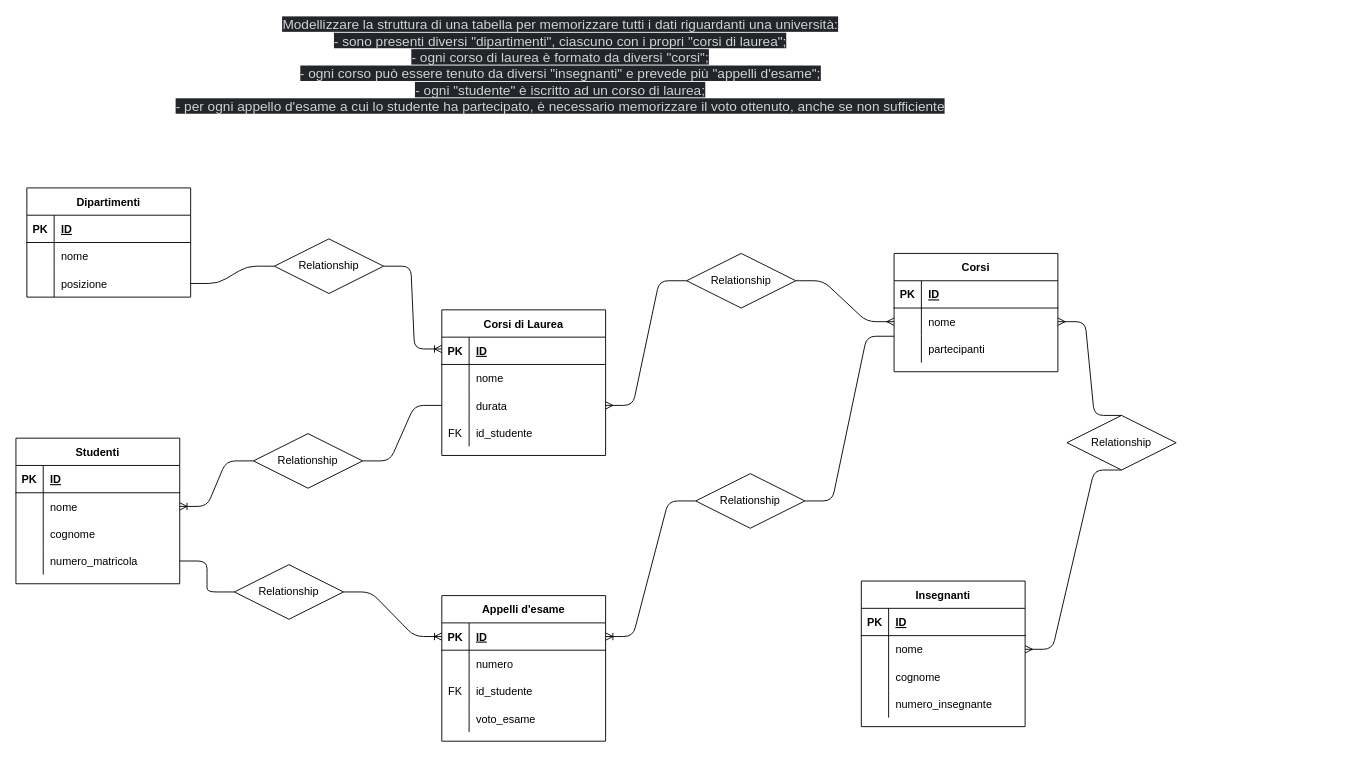
This is db-university.drawio from pollohultima/db-university, a draw.io file, before an edit. Source tidied: cells renumbered, new cells numbered last; positions are measured from the earlier drawing's top-left corner, leaving out a move shared by most shapes. Both pictures are drawn from the tidied source at 91%, with x=0, y=0 at pixel (15, 22).
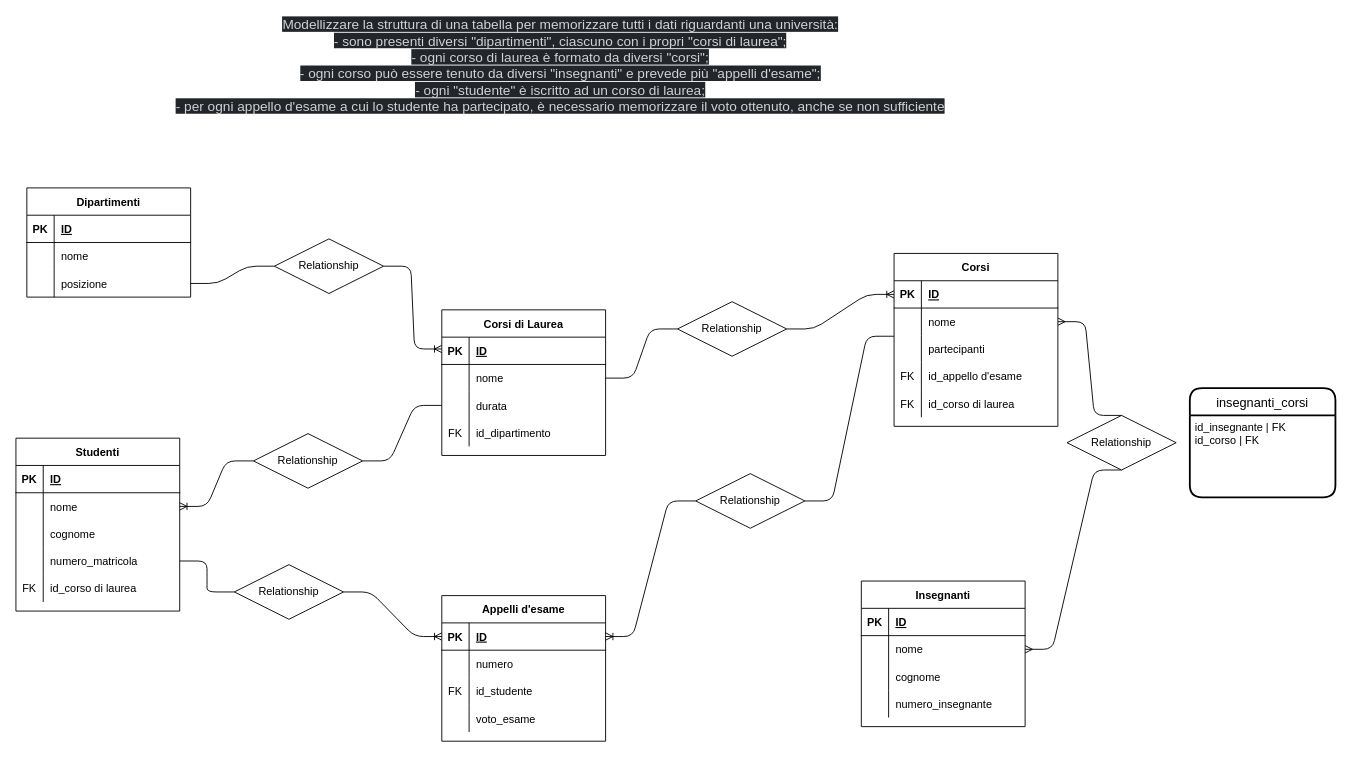
Above is the later version.

Unchanged cells that the change refers to:
```xml
<mxCell id="13" value="Corsi di Laurea" style="shape=table;startSize=30;childLayout=tableLayout;rowLines=0;fontStyle=1;align=center;" parent="1" vertex="1">
  <mxGeometry x="468" y="316" width="180" height="160" as="geometry" />
</mxCell>
<mxCell id="17" style="shape=partialRectangle;fillColor=none;top=0;left=0;bottom=0;right=0;points=[[0,0.5],[1,0.5]];portConstraint=eastwest;" parent="13" vertex="1">
  <mxGeometry y="60" width="180" height="30" as="geometry" />
</mxCell>
<mxCell id="20" style="shape=partialRectangle;fillColor=none;top=0;left=0;bottom=0;right=0;points=[[0,0.5],[1,0.5]];portConstraint=eastwest;" parent="13" vertex="1">
  <mxGeometry y="90" width="180" height="30" as="geometry" />
</mxCell>
<mxCell id="27" style="shape=partialRectangle;fillColor=none;top=0;left=0;bottom=1;right=0;points=[[0,0.5],[1,0.5]];portConstraint=eastwest;" parent="26" vertex="1">
  <mxGeometry y="30" width="180" height="30" as="geometry" />
</mxCell>
<mxCell id="30" style="shape=partialRectangle;fillColor=none;top=0;left=0;bottom=0;right=0;points=[[0,0.5],[1,0.5]];portConstraint=eastwest;" parent="26" vertex="1">
  <mxGeometry y="60" width="180" height="30" as="geometry" />
</mxCell>
```

The edit, as a diff of the source:
```diff
@@
-    <mxCell id="23" style="shape=partialRectangle;fillColor=none;top=0;left=0;bottom=0;right=0;" parent="13" vertex="1">
-      <mxGeometry y="120" width="180" height="30" as="geometry" />
-    </mxCell>
-    <mxCell id="24" value="FK" style="shape=partialRectangle;fillColor=none;top=0;left=0;bottom=0;right=0;overflow=hidden;" parent="23" vertex="1">
-      <mxGeometry width="30" height="30" as="geometry" />
-    </mxCell>
-    <mxCell id="25" value="id_studente" style="shape=partialRectangle;fillColor=none;top=0;left=0;bottom=0;right=0;align=left;spacingLeft=6;overflow=hidden;" parent="23" vertex="1">
-      <mxGeometry x="30" width="150" height="30" as="geometry" />
-    </mxCell>
+    <mxCell id="93" style="shape=partialRectangle;fillColor=none;top=0;left=0;bottom=0;right=0;" parent="13" vertex="1">
+      <mxGeometry y="120" width="180" height="30" as="geometry" />
+    </mxCell>
+    <mxCell id="94" value="FK" style="shape=partialRectangle;fillColor=none;top=0;left=0;bottom=0;right=0;overflow=hidden;" parent="93" vertex="1">
+      <mxGeometry width="30" height="30" as="geometry" />
+    </mxCell>
+    <mxCell id="95" value="id_dipartimento" style="shape=partialRectangle;fillColor=none;top=0;left=0;bottom=0;right=0;align=left;spacingLeft=6;overflow=hidden;" parent="93" vertex="1">
+      <mxGeometry x="30" width="150" height="30" as="geometry" />
+    </mxCell>
     <mxCell id="26" value="Corsi" style="shape=table;startSize=30;childLayout=tableLayout;rowLines=0;fontStyle=1;align=center;" parent="1" vertex="1">
-      <mxGeometry x="965" y="254" width="180" height="130" as="geometry" />
+      <mxGeometry x="965" y="254" width="180" height="190" as="geometry" />
     </mxCell>
@@
+    <mxCell id="96" style="shape=partialRectangle;fillColor=none;top=0;left=0;bottom=0;right=0;" parent="26" vertex="1">
+      <mxGeometry y="120" width="180" height="30" as="geometry" />
+    </mxCell>
+    <mxCell id="97" value="FK" style="shape=partialRectangle;fillColor=none;top=0;left=0;bottom=0;right=0;overflow=hidden;" parent="96" vertex="1">
+      <mxGeometry width="30" height="30" as="geometry" />
+    </mxCell>
+    <mxCell id="98" value="id_appello d'esame" style="shape=partialRectangle;fillColor=none;top=0;left=0;bottom=0;right=0;align=left;spacingLeft=6;overflow=hidden;" parent="96" vertex="1">
+      <mxGeometry x="30" width="150" height="30" as="geometry" />
+    </mxCell>
+    <mxCell id="99" style="shape=partialRectangle;fillColor=none;top=0;left=0;bottom=0;right=0;" parent="26" vertex="1">
+      <mxGeometry y="150" width="180" height="30" as="geometry" />
+    </mxCell>
+    <mxCell id="100" value="FK" style="shape=partialRectangle;fillColor=none;top=0;left=0;bottom=0;right=0;overflow=hidden;" parent="99" vertex="1">
+      <mxGeometry width="30" height="30" as="geometry" />
+    </mxCell>
+    <mxCell id="101" value="id_corso di laurea" style="shape=partialRectangle;fillColor=none;top=0;left=0;bottom=0;right=0;align=left;spacingLeft=6;overflow=hidden;" parent="99" vertex="1">
+      <mxGeometry x="30" width="150" height="30" as="geometry" />
+    </mxCell>
@@
     <mxCell id="62" value="Studenti" style="shape=table;startSize=30;childLayout=tableLayout;rowLines=0;fontStyle=1;align=center;" parent="1" vertex="1">
-      <mxGeometry y="457" width="180" height="160" as="geometry" />
+      <mxGeometry y="457" width="180" height="190" as="geometry" />
     </mxCell>
@@
+    <mxCell id="102" style="shape=partialRectangle;fillColor=none;top=0;left=0;bottom=0;right=0;" parent="62" vertex="1">
+      <mxGeometry y="150" width="180" height="30" as="geometry" />
+    </mxCell>
+    <mxCell id="103" value="FK" style="shape=partialRectangle;fillColor=none;top=0;left=0;bottom=0;right=0;overflow=hidden;" parent="102" vertex="1">
+      <mxGeometry width="30" height="30" as="geometry" />
+    </mxCell>
+    <mxCell id="104" value="id_corso di laurea" style="shape=partialRectangle;fillColor=none;top=0;left=0;bottom=0;right=0;align=left;spacingLeft=6;overflow=hidden;" parent="102" vertex="1">
+      <mxGeometry x="30" width="150" height="30" as="geometry" />
+    </mxCell>
@@
-    <mxCell id="76" style="edgeStyle=entityRelationEdgeStyle;fontSize=12;html=1;endArrow=ERmany;startArrow=none;exitX=1;exitY=0.5;exitDx=0;exitDy=0;entryX=0;entryY=0.5;entryDx=0;entryDy=0;" parent="1" edge="1" source="91" target="30">
-      <mxGeometry relative="1" as="geometry" />
-    </mxCell>
@@
+    <mxCell id="105" style="edgeStyle=entityRelationEdgeStyle;fontSize=12;html=1;endArrow=ERoneToMany;entryX=0;entryY=0.5;entryDx=0;entryDy=0;exitX=1;exitY=0.5;exitDx=0;exitDy=0;startArrow=none;" parent="1" edge="1" source="91" target="27">
+      <mxGeometry relative="1" as="geometry" />
+    </mxCell>
     <mxCell id="91" value="Relationship" style="shape=rhombus;perimeter=rhombusPerimeter;whiteSpace=wrap;html=1;align=center;gradientColor=none;" parent="1" vertex="1">
-      <mxGeometry x="737" y="254" width="120" height="60" as="geometry" />
+      <mxGeometry x="727" y="307" width="120" height="60" as="geometry" />
     </mxCell>
-    <mxCell id="92" style="edgeStyle=entityRelationEdgeStyle;fontSize=12;html=1;endArrow=none;startArrow=ERmany;exitX=1;exitY=0.5;exitDx=0;exitDy=0;entryX=0;entryY=0.5;entryDx=0;entryDy=0;" parent="1" edge="1" source="20" target="91">
-      <mxGeometry relative="1" as="geometry" />
-    </mxCell>
+    <mxCell id="106" style="edgeStyle=entityRelationEdgeStyle;fontSize=12;html=1;endArrow=none;entryX=0;entryY=0.5;entryDx=0;entryDy=0;exitX=1;exitY=0.5;exitDx=0;exitDy=0;" parent="1" edge="1" source="17" target="91">
+      <mxGeometry relative="1" as="geometry" />
+    </mxCell>
+    <mxCell id="107" value="insegnanti_corsi" style="swimlane;horizontal=1;startSize=30;rounded=1;fontSize=14;fontStyle=0;strokeWidth=2;shadow=0;dashed=0;align=center;" parent="1" vertex="1">
+      <mxGeometry x="1290" y="402" width="160" height="120" as="geometry" />
+    </mxCell>
+    <mxCell id="108" value="id_insegnante | FK&#10;id_corso | FK" style="align=left;strokeColor=none;fillColor=none;spacingLeft=4;fontSize=12;verticalAlign=top;" parent="107" vertex="1">
+      <mxGeometry y="30" width="160" height="90" as="geometry" />
+    </mxCell>
```
